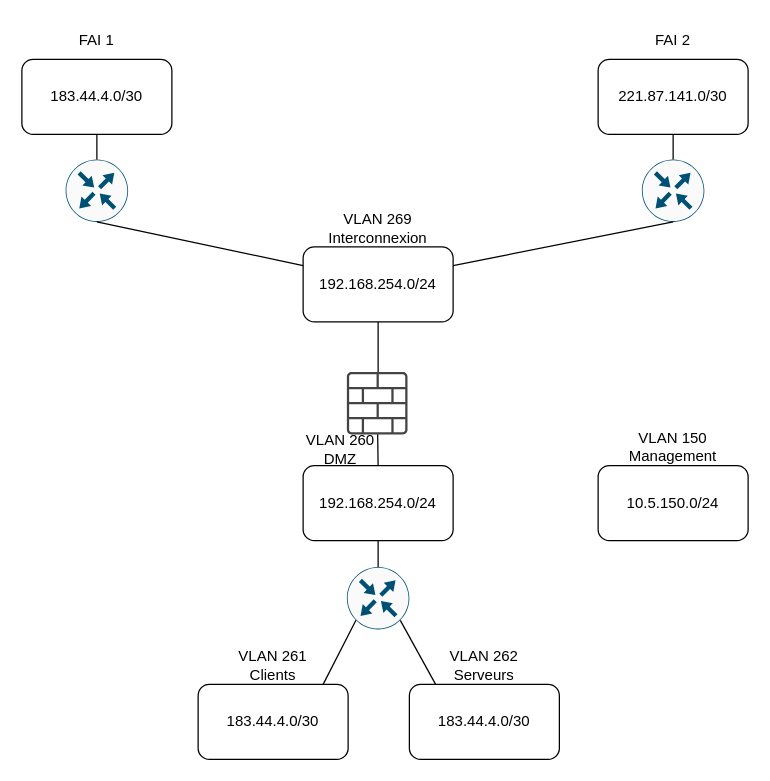
Earlier version of the draw.io diagram docs/assets/infra.drawio (DSISportLudique/SportLudique2Doc). Source tidied: cells renumbered, new cells numbered last; positions are measured from the earlier drawing's top-left corner, leaving out a move shared by most shapes. Both pictures are drawn from the tidied source at 125%, with x=0, y=0 at pixel (21, 21).
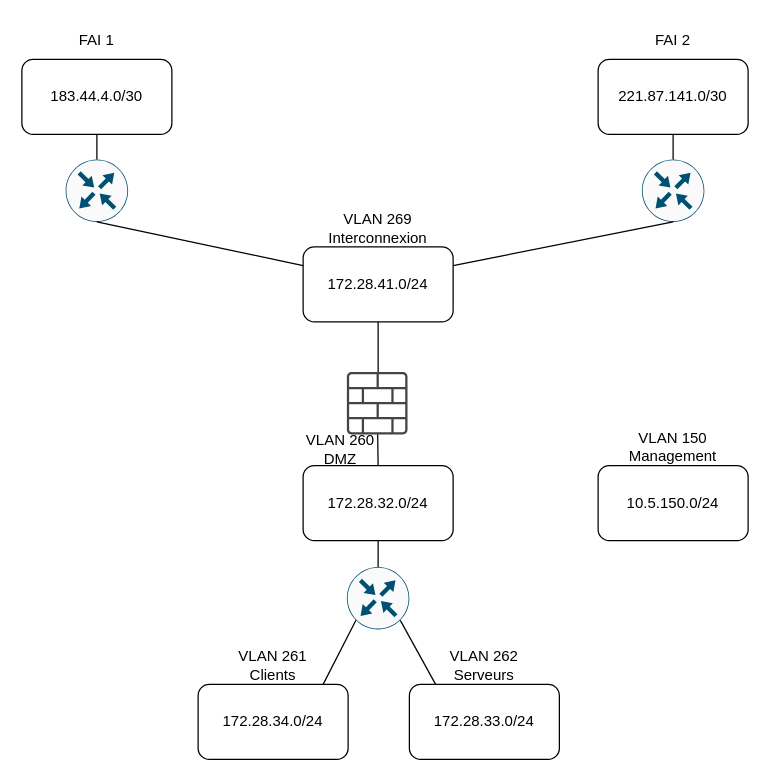
After the change.

Commit message (it also covers changes not shown here):
updated infrastucture diagram

Change to the diagram source:
```diff
@@
-    <mxCell id="4" value="192.168.254.0/24" style="rounded=1;whiteSpace=wrap;html=1;" parent="1" vertex="1">
+    <mxCell id="4" value="172.28.41.0/24" style="rounded=1;whiteSpace=wrap;html=1;" parent="1" vertex="1">
       <mxGeometry x="225" y="180" width="120" height="60" as="geometry" />
     </mxCell>
@@
-    <mxCell id="13" value="192.168.254.0/24" style="rounded=1;whiteSpace=wrap;html=1;" parent="1" vertex="1">
+    <mxCell id="13" value="172.28.32.0/24" style="rounded=1;whiteSpace=wrap;html=1;" parent="1" vertex="1">
       <mxGeometry x="225" y="355" width="120" height="60" as="geometry" />
     </mxCell>
@@
-    <mxCell id="19" value="183.44.4.0/30" style="rounded=1;whiteSpace=wrap;html=1;" parent="1" vertex="1">
+    <mxCell id="19" value="172.28.34.0/24" style="rounded=1;whiteSpace=wrap;html=1;" parent="1" vertex="1">
       <mxGeometry x="141" y="530" width="120" height="60" as="geometry" />
     </mxCell>
-    <mxCell id="20" value="183.44.4.0/30" style="rounded=1;whiteSpace=wrap;html=1;" parent="1" vertex="1">
+    <mxCell id="20" value="172.28.33.0/24" style="rounded=1;whiteSpace=wrap;html=1;" parent="1" vertex="1">
       <mxGeometry x="310" y="530" width="120" height="60" as="geometry" />
     </mxCell>
```
